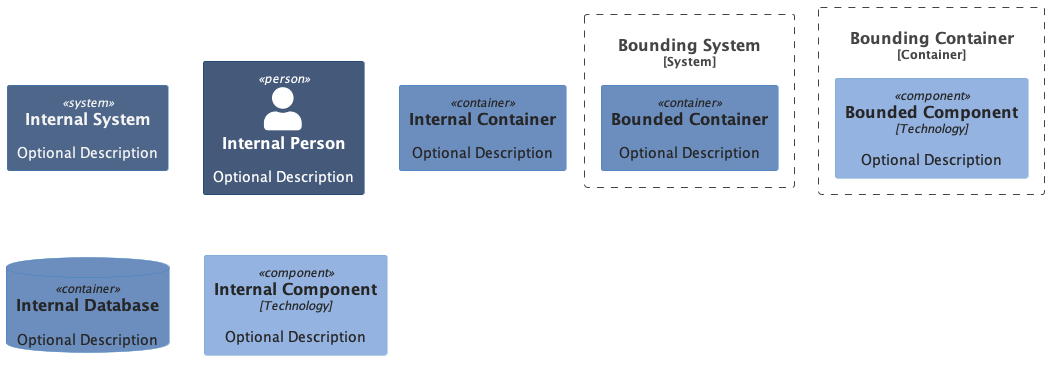
Above: examples/Gallery.png in haleyrc/c4 (PlantUML), before the change. Its diagram source:
```plantuml
@startuml Gallery
!include https://raw.githubusercontent.com/plantuml-stdlib/C4-PlantUML/master/C4_Container.puml
!include https://raw.githubusercontent.com/plantuml-stdlib/C4-PlantUML/master/C4_Component.puml

LAYOUT_TOP_DOWN()

UpdateElementStyle(system, $bgColor="#4E668A", $fontColor="#F5F5F5")
UpdateElementStyle(container, $bgColor="#6C8EBF", $fontColor="#262626")
UpdateElementStyle(component, $bgColor="#94B3E0", $fontColor="#262626")
UpdateElementStyle(person, $bgColor="#455A7A", $fontColor="#ffffff")
System(internalSystem, "Internal System", "Optional Description")
Person(internalPerson, "Internal Person", "Optional Description")
Container(internalContainer, "Internal Container", "", "Optional Description")
ContainerDb(internalDatabase, "Internal Database", "", "Optional Description")
Component(internalComponent, "Internal Component", "Technology", "Optional Description")
System_Boundary(boundingSystem, "Bounding System") {
	Container(boundedContainer, "Bounded Container", "", "Optional Description")
}
Container_Boundary(boundingContainer, "Bounding Container") {
	Component(boundedComponent, "Bounded Component", "Technology", "Optional Description")
}
@enduml
```
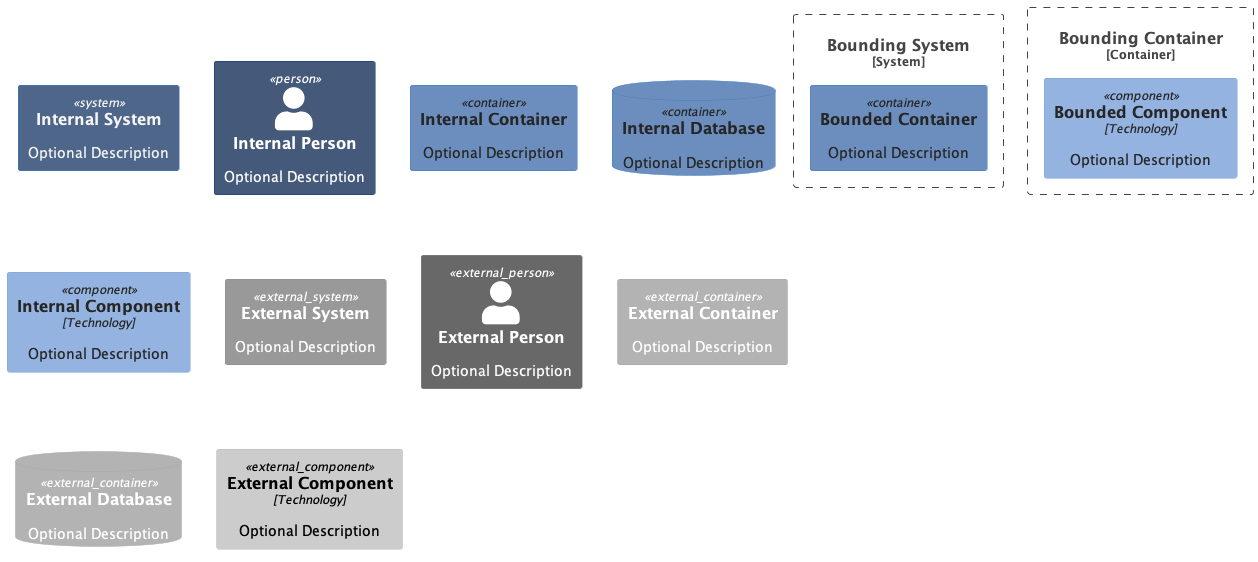
Later version of the same file.

Commit message:
feat: Add an external flag to elements that support it (#4)

The edit, as a diff of the source:
```diff
@@ -13,6 +13,11 @@
 Container(internalContainer, "Internal Container", "", "Optional Description")
 ContainerDb(internalDatabase, "Internal Database", "", "Optional Description")
 Component(internalComponent, "Internal Component", "Technology", "Optional Description")
+System_Ext(externalSystem, "External System", "Optional Description")
+Person_Ext(externalPerson, "External Person", "Optional Description")
+Container_Ext(externalContainer, "External Container", "", "Optional Description")
+ContainerDb_Ext(externalDatabase, "External Database", "", "Optional Description")
+Component_Ext(externalComponent, "External Component", "Technology", "Optional Description")
 System_Boundary(boundingSystem, "Bounding System") {
 	Container(boundedContainer, "Bounded Container", "", "Optional Description")
 }
```
